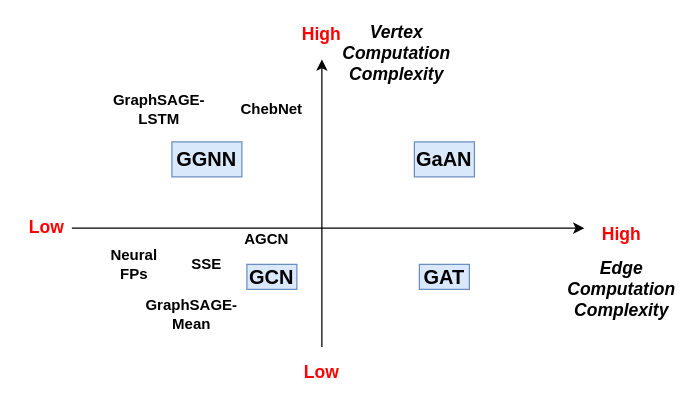
The draw.io diagram Manuscript/figs/illustration/GNN_complexity_quadrant.drawio in AugF/pyg-gnns, before the edit. Source tidied: cells renumbered, new cells numbered last; positions are measured from the earlier drawing's top-left corner, leaving out a move shared by most shapes. Both pictures are drawn from the tidied source at 125%, with x=0, y=0 at pixel (21, 21).
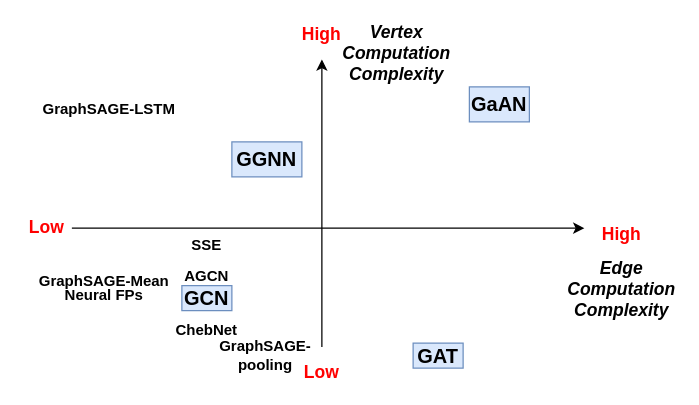
Above is the later version.

Commit message (it also covers changes not shown here):
更新了Manuscripts中的公式和图片

Change to the diagram source:
```diff
@@
-    <mxCell id="9" value="&lt;b style=&quot;font-size: 16px;&quot;&gt;GCN&lt;/b&gt;" style="text;html=1;strokeColor=#6c8ebf;fillColor=#dae8fc;align=center;verticalAlign=middle;whiteSpace=wrap;rounded=0;fontFamily=Arial;fontSize=16;" parent="1" vertex="1">
-      <mxGeometry x="180" y="194" width="40" height="20" as="geometry" />
-    </mxCell>
     <mxCell id="10" value="&lt;b style=&quot;font-size: 16px;&quot;&gt;GaAN&lt;/b&gt;" style="text;html=1;strokeColor=#6c8ebf;fillColor=#dae8fc;align=center;verticalAlign=middle;whiteSpace=wrap;rounded=0;fontFamily=Arial;fontSize=16;" parent="1" vertex="1">
-      <mxGeometry x="314" y="96" width="48" height="28" as="geometry" />
+      <mxGeometry x="358" y="52" width="48" height="28" as="geometry" />
     </mxCell>
     <mxCell id="11" value="&lt;b&gt;ChebNet&lt;/b&gt;" style="text;html=1;strokeColor=none;fillColor=none;align=center;verticalAlign=middle;whiteSpace=wrap;rounded=0;fontFamily=Arial;" parent="1" vertex="1">
-      <mxGeometry x="172" y="60" width="56" height="20" as="geometry" />
+      <mxGeometry x="120" y="237" width="56" height="20" as="geometry" />
     </mxCell>
     <mxCell id="12" value="&lt;b style=&quot;font-size: 16px;&quot;&gt;GGNN&lt;/b&gt;" style="text;html=1;strokeColor=#6c8ebf;fillColor=#dae8fc;align=center;verticalAlign=middle;whiteSpace=wrap;rounded=0;fontFamily=Arial;fontSize=16;" parent="1" vertex="1">
-      <mxGeometry x="120" y="96" width="56" height="28" as="geometry" />
+      <mxGeometry x="168" y="96" width="56" height="28" as="geometry" />
     </mxCell>
     <mxCell id="13" value="&lt;b&gt;SSE&lt;/b&gt;" style="text;html=1;strokeColor=none;fillColor=none;align=center;verticalAlign=middle;whiteSpace=wrap;rounded=0;fontFamily=Arial;" parent="1" vertex="1">
-      <mxGeometry x="128" y="184" width="40" height="20" as="geometry" />
+      <mxGeometry x="128" y="169" width="40" height="20" as="geometry" />
     </mxCell>
     <mxCell id="14" value="&lt;b style=&quot;font-size: 16px;&quot;&gt;GAT&lt;/b&gt;" style="text;html=1;strokeColor=#6c8ebf;fillColor=#dae8fc;align=center;verticalAlign=middle;whiteSpace=wrap;rounded=0;fontFamily=Arial;fontSize=16;" parent="1" vertex="1">
-      <mxGeometry x="318" y="194" width="40" height="20" as="geometry" />
+      <mxGeometry x="313" y="257" width="40" height="20" as="geometry" />
     </mxCell>
@@
     <mxCell id="16" value="&lt;b&gt;GraphSAGE-LSTM&lt;/b&gt;" style="text;html=1;strokeColor=none;fillColor=none;align=center;verticalAlign=middle;whiteSpace=wrap;rounded=0;fontFamily=Arial;" parent="1" vertex="1">
-      <mxGeometry x="70" y="60" width="80" height="20" as="geometry" />
+      <mxGeometry x="10" y="60" width="120" height="20" as="geometry" />
     </mxCell>
+    <mxCell id="20" style="group;" parent="1" vertex="1">
+      <mxGeometry x="10" y="198" width="112" height="34" as="geometry" />
+    </mxCell>
+    <mxCell id="18" value="&lt;b&gt;Neural FPs&lt;/b&gt;" style="text;html=1;strokeColor=none;fillColor=none;align=center;verticalAlign=middle;whiteSpace=wrap;rounded=0;fontFamily=Arial;" parent="20" vertex="1">
+      <mxGeometry x="17" y="11" width="78" height="20" as="geometry" />
+    </mxCell>
-    <mxCell id="17" value="&lt;b&gt;GraphSAGE-Mean&lt;/b&gt;" style="text;html=1;strokeColor=none;fillColor=none;align=center;verticalAlign=middle;whiteSpace=wrap;rounded=0;fontFamily=Arial;" parent="1" vertex="1">
-      <mxGeometry x="96" y="224" width="80" height="20" as="geometry" />
+    <mxCell id="17" value="&lt;b&gt;GraphSAGE-Mean&lt;/b&gt;" style="text;html=1;strokeColor=none;fillColor=none;align=center;verticalAlign=middle;whiteSpace=wrap;rounded=0;fontFamily=Arial;" parent="20" vertex="1">
+      <mxGeometry width="112" height="20" as="geometry" />
     </mxCell>
-    <mxCell id="18" value="&lt;b&gt;Neural FPs&lt;/b&gt;" style="text;html=1;strokeColor=none;fillColor=none;align=center;verticalAlign=middle;whiteSpace=wrap;rounded=0;fontFamily=Arial;" parent="1" vertex="1">
-      <mxGeometry x="70" y="184" width="40" height="20" as="geometry" />
-    </mxCell>
+    <mxCell id="21" style="group;" parent="1" vertex="1">
+      <mxGeometry x="136" y="194" width="40" height="50" as="geometry" />
+    </mxCell>
+    <mxCell id="22" style="group;" parent="21" vertex="1">
+      <mxGeometry width="40" height="50" as="geometry" />
+    </mxCell>
+    <mxCell id="23" style="group;" parent="22" vertex="1">
+      <mxGeometry x="-8" y="17" width="40" height="20" as="geometry" />
+    </mxCell>
+    <mxCell id="9" value="&lt;b style=&quot;font-size: 16px;&quot;&gt;GCN&lt;/b&gt;" style="text;html=1;strokeColor=#6c8ebf;fillColor=#dae8fc;align=center;verticalAlign=middle;whiteSpace=wrap;rounded=0;fontFamily=Arial;fontSize=16;" parent="23" vertex="1">
+      <mxGeometry width="40" height="20" as="geometry" />
+    </mxCell>
-    <mxCell id="19" value="&lt;b&gt;AGCN&lt;/b&gt;" style="text;html=1;strokeColor=none;fillColor=none;align=center;verticalAlign=middle;whiteSpace=wrap;rounded=0;fontFamily=Arial;" parent="1" vertex="1">
-      <mxGeometry x="176" y="164" width="40" height="20" as="geometry" />
+    <mxCell id="19" value="&lt;b&gt;AGCN&lt;/b&gt;" style="text;html=1;strokeColor=none;fillColor=none;align=center;verticalAlign=middle;whiteSpace=wrap;rounded=0;fontFamily=Arial;" parent="22" vertex="1">
+      <mxGeometry x="-8" width="40" height="20" as="geometry" />
     </mxCell>
+    <mxCell id="24" value="&lt;b&gt;GraphSAGE-&lt;br&gt;pooling&lt;/b&gt;" style="text;html=1;strokeColor=none;fillColor=none;align=center;verticalAlign=middle;whiteSpace=wrap;rounded=0;fontFamily=Arial;" parent="1" vertex="1">
+      <mxGeometry x="135" y="257" width="120" height="20" as="geometry" />
+    </mxCell>
```
